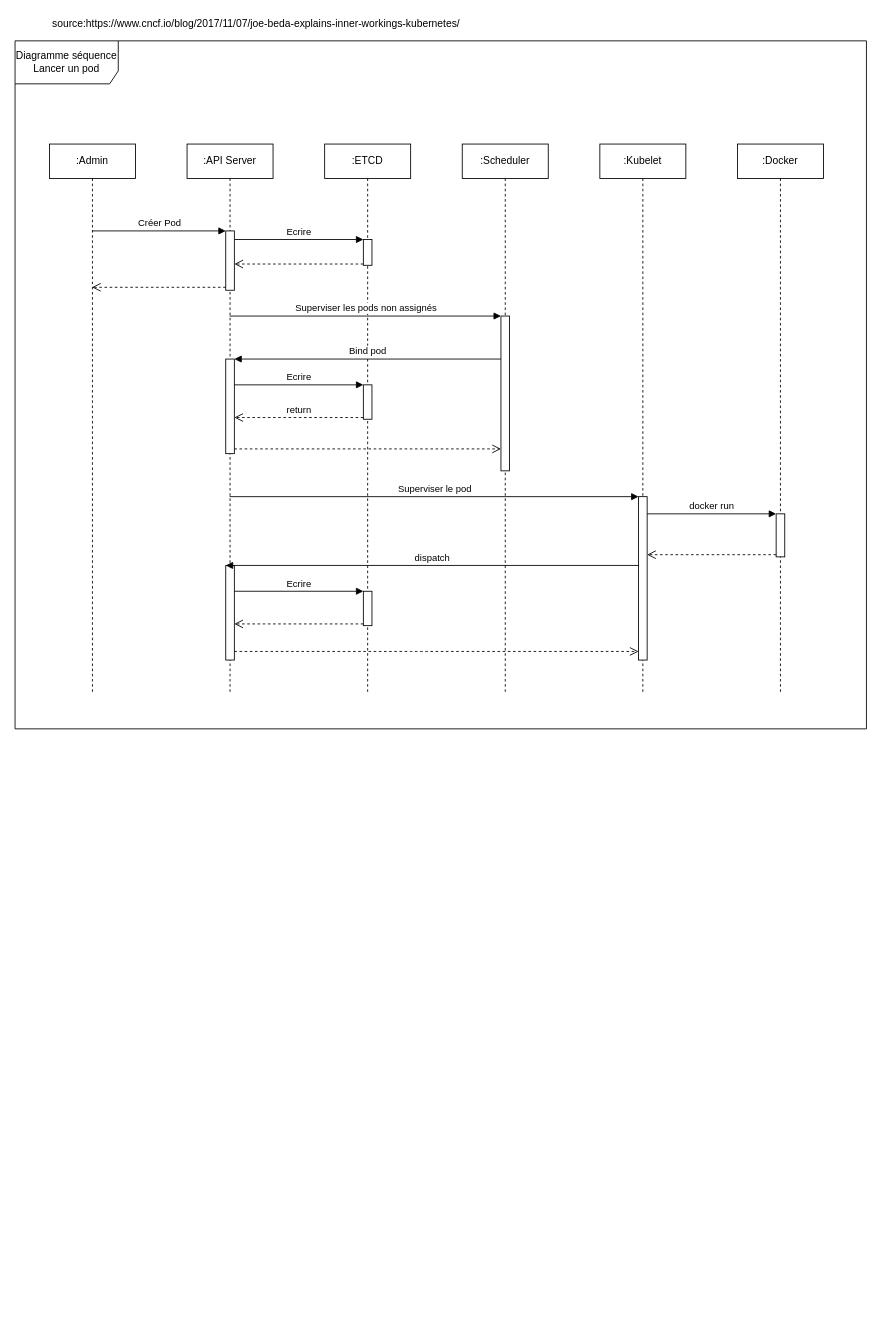
Earlier version of the draw.io diagram page "diagram_sequence_lancer_pod" (11 of 11) of Untitled Diagram.drawio (Samet-MohamedAmin/rapport_pfe). Source tidied: cells renumbered, new cells numbered last; positions are measured from the earlier drawing's top-left corner, leaving out a move shared by most shapes. Both pictures are drawn from the tidied source at 86%, with x=0, y=0 at pixel (15, 15).
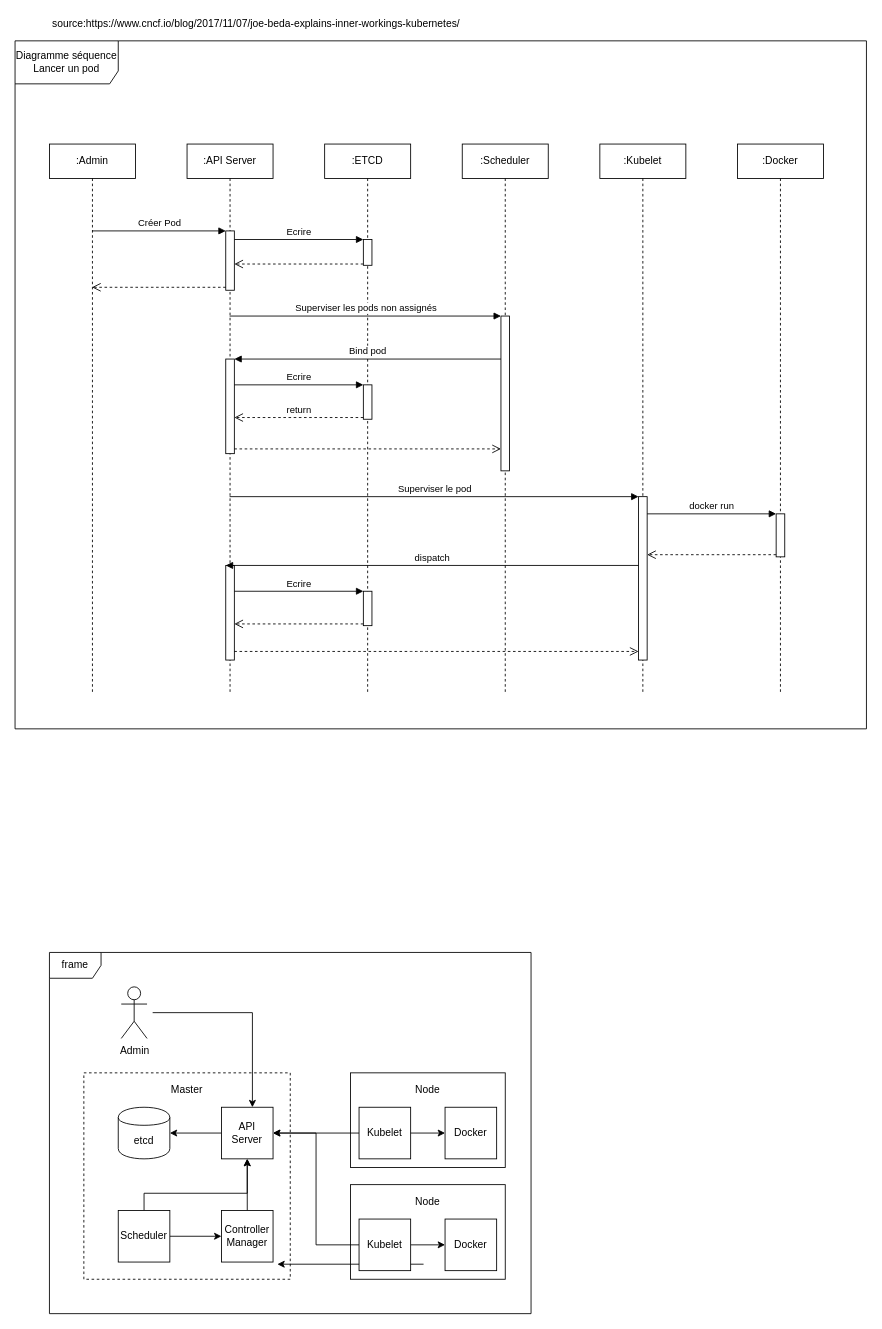
The same diagram, later.

Change to the diagram source:
```diff
@@
+    <mxCell id="35" value="frame" style="shape=umlFrame;whiteSpace=wrap;html=1;" parent="1" vertex="1">
+      <mxGeometry x="40" y="1090" width="560" height="420" as="geometry" />
+    </mxCell>
+    <mxCell id="36" style="rounded=0;whiteSpace=wrap;html=1;comic=0;" parent="1" vertex="1">
+      <mxGeometry x="390" y="1360" width="180" height="110" as="geometry" />
+    </mxCell>
+    <mxCell id="37" style="rounded=0;whiteSpace=wrap;html=1;dashed=1;" parent="1" vertex="1">
+      <mxGeometry x="80" y="1230" width="240" height="240" as="geometry" />
+    </mxCell>
@@
+    <mxCell id="38" value="etcd" style="shape=cylinder;whiteSpace=wrap;html=1;boundedLbl=1;backgroundOutline=1;" parent="1" vertex="1">
+      <mxGeometry x="120" y="1270" width="60" height="60" as="geometry" />
+    </mxCell>
+    <mxCell id="39" style="edgeStyle=orthogonalEdgeStyle;rounded=0;jettySize=auto;html=1;exitX=0;exitY=0.5;exitDx=0;exitDy=0;" parent="1" edge="1" source="40" target="38">
+      <mxGeometry relative="1" as="geometry" />
+    </mxCell>
+    <mxCell id="40" value="API Server" style="rounded=0;whiteSpace=wrap;html=1;" parent="1" vertex="1">
+      <mxGeometry x="240" y="1270" width="60" height="60" as="geometry" />
+    </mxCell>
+    <mxCell id="41" style="edgeStyle=orthogonalEdgeStyle;rounded=0;jettySize=auto;html=1;" parent="1" edge="1" target="40">
+      <mxGeometry relative="1" as="geometry">
+        <mxPoint x="160" y="1160" as="sourcePoint" />
+        <Array as="points">
+          <mxPoint x="276" y="1160" />
+        </Array>
+      </mxGeometry>
+    </mxCell>
+    <mxCell id="42" value="Admin" style="shape=umlActor;verticalLabelPosition=bottom;labelBackgroundColor=#ffffff;verticalAlign=top;html=1;shadow=0;perimeterSpacing=15;comic=0;" parent="1" vertex="1">
+      <mxGeometry x="123.5" y="1130" width="30" height="60" as="geometry" />
+    </mxCell>
+    <mxCell id="43" style="edgeStyle=orthogonalEdgeStyle;rounded=0;jettySize=auto;html=1;exitX=1;exitY=0.5;exitDx=0;exitDy=0;" parent="1" edge="1" source="45" target="47">
+      <mxGeometry relative="1" as="geometry" />
+    </mxCell>
+    <mxCell id="44" style="edgeStyle=orthogonalEdgeStyle;rounded=0;jettySize=auto;html=1;exitX=0.5;exitY=0;exitDx=0;exitDy=0;" parent="1" edge="1" source="45" target="40">
+      <mxGeometry relative="1" as="geometry">
+        <Array as="points">
+          <mxPoint x="150" y="1370" />
+          <mxPoint x="270" y="1370" />
+        </Array>
+      </mxGeometry>
+    </mxCell>
+    <mxCell id="45" value="Scheduler" style="rounded=0;whiteSpace=wrap;html=1;comic=0;" parent="1" vertex="1">
+      <mxGeometry x="120" y="1390" width="60" height="60" as="geometry" />
+    </mxCell>
+    <mxCell id="46" style="edgeStyle=orthogonalEdgeStyle;rounded=0;jettySize=auto;html=1;exitX=0.5;exitY=0;exitDx=0;exitDy=0;" parent="1" edge="1" source="47" target="40">
+      <mxGeometry relative="1" as="geometry" />
+    </mxCell>
+    <mxCell id="47" value="Controller Manager" style="rounded=0;whiteSpace=wrap;html=1;comic=0;" parent="1" vertex="1">
+      <mxGeometry x="240" y="1390" width="60" height="60" as="geometry" />
+    </mxCell>
+    <mxCell id="48" style="rounded=0;whiteSpace=wrap;html=1;comic=0;" parent="1" vertex="1">
+      <mxGeometry x="390" y="1230" width="180" height="110" as="geometry" />
+    </mxCell>
+    <mxCell id="49" style="edgeStyle=orthogonalEdgeStyle;rounded=0;jettySize=auto;html=1;exitX=0;exitY=0.5;exitDx=0;exitDy=0;" parent="1" edge="1" source="50" target="40">
+      <mxGeometry relative="1" as="geometry" />
+    </mxCell>
+    <mxCell id="50" value="Kubelet" style="rounded=0;whiteSpace=wrap;html=1;comic=0;" parent="1" vertex="1">
+      <mxGeometry x="400" y="1270" width="60" height="60" as="geometry" />
+    </mxCell>
+    <mxCell id="51" value="Docker" style="rounded=0;whiteSpace=wrap;html=1;comic=0;" parent="1" vertex="1">
+      <mxGeometry x="500" y="1270" width="60" height="60" as="geometry" />
+    </mxCell>
+    <mxCell id="52" style="endArrow=classic;html=1;" parent="1" edge="1" source="50" target="51">
+      <mxGeometry relative="1" as="geometry" />
+    </mxCell>
+    <mxCell id="53" style="endArrow=classic;html=1;" parent="1" edge="1">
+      <mxGeometry relative="1" as="geometry">
+        <mxPoint x="475" y="1452.5" as="sourcePoint" />
+        <mxPoint x="305" y="1452.5" as="targetPoint" />
+      </mxGeometry>
+    </mxCell>
+    <mxCell id="54" style="edgeStyle=orthogonalEdgeStyle;rounded=0;jettySize=auto;html=1;exitX=1;exitY=0.5;exitDx=0;exitDy=0;" parent="1" edge="1" source="56" target="57">
+      <mxGeometry relative="1" as="geometry" />
+    </mxCell>
+    <mxCell id="55" style="edgeStyle=orthogonalEdgeStyle;rounded=0;jettySize=auto;html=1;exitX=0;exitY=0.5;exitDx=0;exitDy=0;entryX=1;entryY=0.5;entryDx=0;entryDy=0;" parent="1" edge="1" source="56" target="40">
+      <mxGeometry relative="1" as="geometry" />
+    </mxCell>
+    <mxCell id="56" value="Kubelet" style="rounded=0;whiteSpace=wrap;html=1;comic=0;" parent="1" vertex="1">
+      <mxGeometry x="400" y="1400" width="60" height="60" as="geometry" />
+    </mxCell>
+    <mxCell id="57" value="Docker" style="rounded=0;whiteSpace=wrap;html=1;comic=0;" parent="1" vertex="1">
+      <mxGeometry x="500" y="1400" width="60" height="60" as="geometry" />
+    </mxCell>
+    <mxCell id="58" value="Master" style="text;html=1;strokeColor=none;fillColor=none;align=center;verticalAlign=middle;whiteSpace=wrap;rounded=0;comic=0;" parent="1" vertex="1">
+      <mxGeometry x="180" y="1240" width="40" height="20" as="geometry" />
+    </mxCell>
+    <mxCell id="59" value="Node" style="text;html=1;strokeColor=none;fillColor=none;align=center;verticalAlign=middle;whiteSpace=wrap;rounded=0;comic=0;" parent="1" vertex="1">
+      <mxGeometry x="460" y="1240" width="40" height="20" as="geometry" />
+    </mxCell>
+    <mxCell id="60" value="Node" style="text;html=1;strokeColor=none;fillColor=none;align=center;verticalAlign=middle;whiteSpace=wrap;rounded=0;comic=0;" parent="1" vertex="1">
+      <mxGeometry x="460" y="1370" width="40" height="20" as="geometry" />
+    </mxCell>
```
